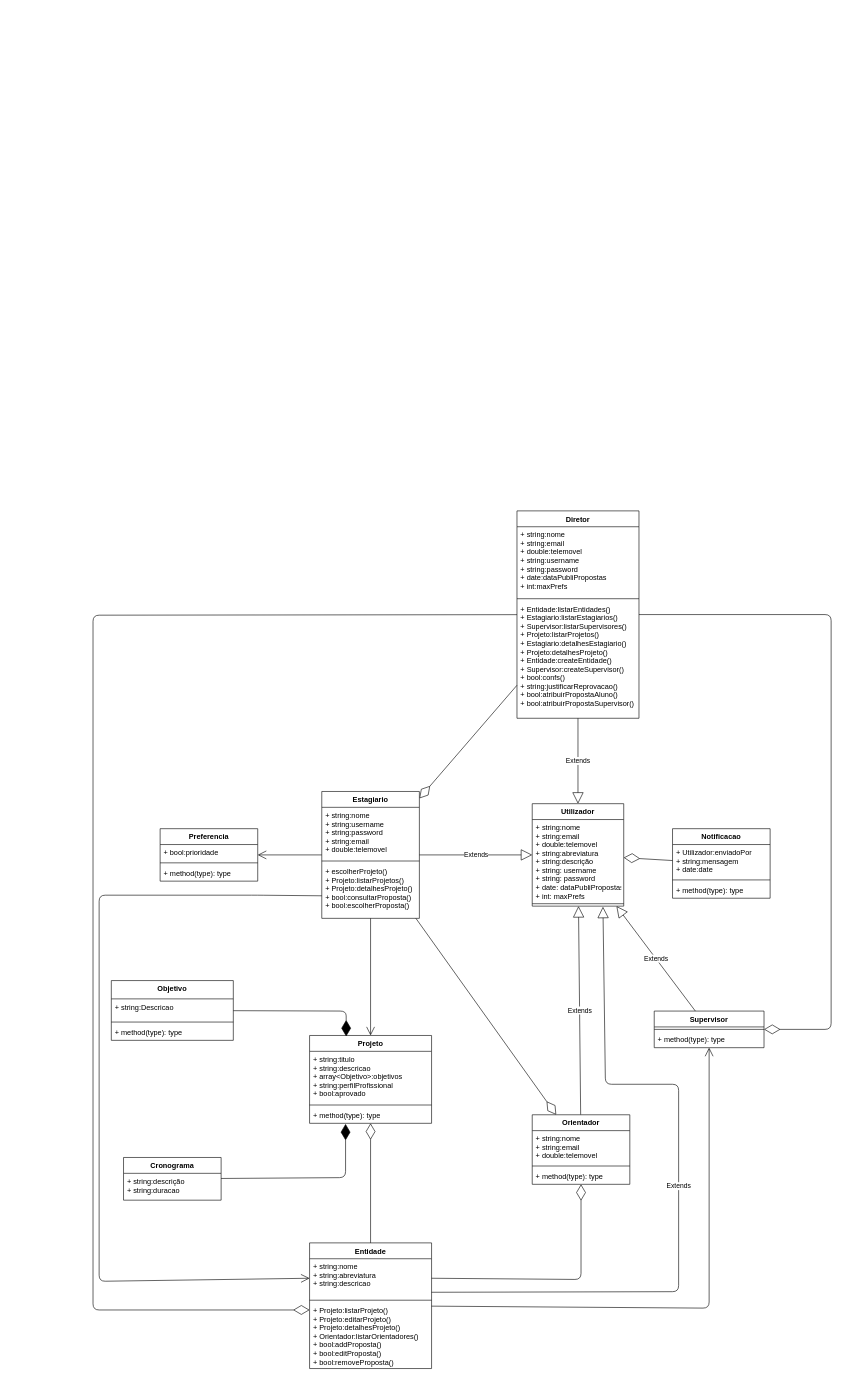
The draw.io diagram diag_classes.drawio in ruimpcastro/phpmockup, before the edit. Source tidied: cells renumbered, new cells numbered last; positions are measured from the earlier drawing's top-left corner, leaving out a move shared by most shapes. Both pictures are drawn from the tidied source at 61%, with x=0, y=0 at pixel (93, 511).
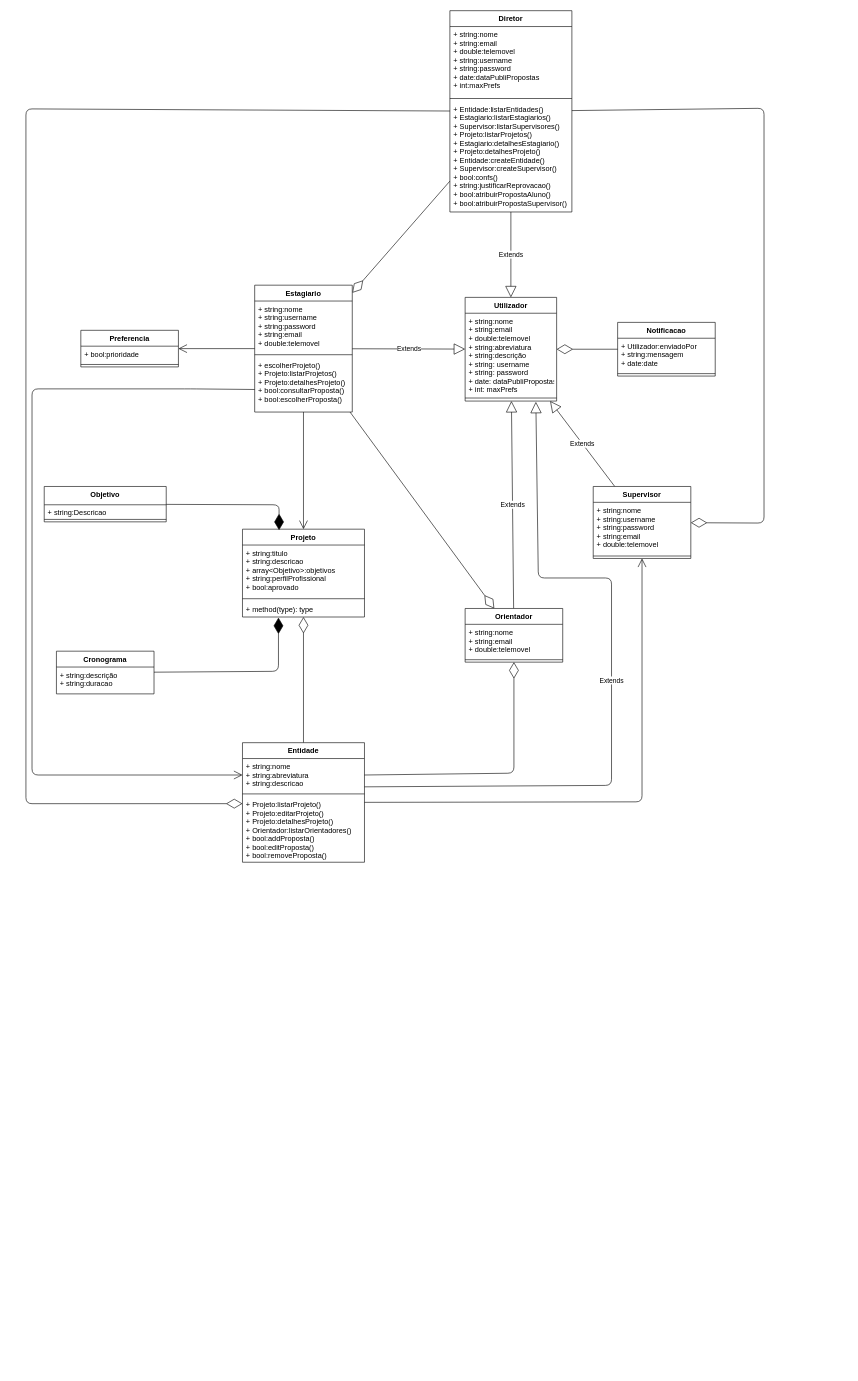
Above is the later version.

The change refers to these unchanged cells:
```xml
<mxCell id="12" value="+ method(type): type" style="text;strokeColor=none;fillColor=none;align=left;verticalAlign=top;spacingLeft=4;spacingRight=4;overflow=hidden;points=[[0,0.5],[1,0.5]];portConstraint=eastwest;" parent="9" vertex="1">
  <mxGeometry y="118" width="200" height="26" as="geometry" />
</mxCell>
<mxCell id="56" value="+ escolherProjeto()&#10;+ Projeto:listarProjetos()&#10;+ Projeto:detalhesProjeto()&#10;+ bool:consultarProposta()&#10;+ bool:escolherProposta()" style="text;strokeColor=none;fillColor=none;align=left;verticalAlign=top;spacingLeft=4;spacingRight=4;overflow=hidden;points=[[0,0.5],[1,0.5]];portConstraint=eastwest;" parent="53" vertex="1">
  <mxGeometry y="118" width="160" height="90" as="geometry" />
</mxCell>
```

The edit, as a diff of the source:
```diff
@@
     <mxCell id="2" value="Utilizador" style="swimlane;fontStyle=1;align=center;verticalAlign=top;horizontal=1;startSize=26;" parent="1" vertex="1">
-      <mxGeometry x="720" y="480" width="150" height="168" as="geometry" />
+      <mxGeometry x="610" y="-350" width="150" height="170" as="geometry" />
     </mxCell>
@@
     <mxCell id="4" style="line;strokeWidth=1;fillColor=none;align=left;verticalAlign=middle;spacingTop=-1;spacingLeft=3;spacingRight=3;labelPosition=right;points=[];portConstraint=eastwest;" parent="2" vertex="1">
-      <mxGeometry y="160" width="150" height="8" as="geometry" />
+      <mxGeometry y="160" width="150" height="10" as="geometry" />
     </mxCell>
     <mxCell id="5" style="endArrow=open;endFill=1;endSize=12;html=1;" parent="1" edge="1" source="49" target="6">
       <mxGeometry relative="1" as="geometry">
         <Array as="points">
-          <mxPoint x="1010" y="1307" />
+          <mxPoint x="900" y="477" />
         </Array>
       </mxGeometry>
     </mxCell>
-    <mxCell id="6" value="Supervisor" style="swimlane;fontStyle=1;align=center;verticalAlign=top;horizontal=1;startSize=26;" parent="1" vertex="1">
-      <mxGeometry x="920" y="820" width="180" height="60" as="geometry" />
-    </mxCell>
-    <mxCell id="7" style="line;strokeWidth=1;fillColor=none;align=left;verticalAlign=middle;spacingTop=-1;spacingLeft=3;spacingRight=3;labelPosition=right;" parent="6" vertex="1">
-      <mxGeometry y="26" width="180" height="8" as="geometry" />
-    </mxCell>
-    <mxCell id="8" value="+ method(type): type" style="text;strokeColor=none;fillColor=none;align=left;verticalAlign=top;spacingLeft=4;spacingRight=4;overflow=hidden;" parent="6" vertex="1">
-      <mxGeometry y="34" width="180" height="26" as="geometry" />
-    </mxCell>
     <mxCell id="9" value="Projeto" style="swimlane;fontStyle=1;align=center;verticalAlign=top;horizontal=1;startSize=26;" parent="1" vertex="1">
-      <mxGeometry x="355" y="860" width="200" height="144" as="geometry" />
+      <mxGeometry x="245" y="30" width="200" height="144" as="geometry" />
     </mxCell>
@@
     <mxCell id="13" value="Objetivo" style="swimlane;fontStyle=1;align=center;verticalAlign=top;horizontal=1;startSize=30;" parent="1" vertex="1">
-      <mxGeometry x="30" y="770" width="200" height="98" as="geometry" />
+      <mxGeometry x="-80" y="-40" width="200" height="58" as="geometry" />
     </mxCell>
     <mxCell id="14" value="+ string:Descricao" style="text;strokeColor=none;fillColor=none;align=left;verticalAlign=top;spacingLeft=4;spacingRight=4;overflow=hidden;" parent="13" vertex="1">
-      <mxGeometry y="30" width="200" height="34" as="geometry" />
+      <mxGeometry y="30" width="200" height="20" as="geometry" />
     </mxCell>
     <mxCell id="15" style="line;strokeWidth=1;fillColor=none;align=left;verticalAlign=middle;spacingTop=-1;spacingLeft=3;spacingRight=3;labelPosition=right;" parent="13" vertex="1">
-      <mxGeometry y="64" width="200" height="8" as="geometry" />
+      <mxGeometry y="50" width="200" height="8" as="geometry" />
     </mxCell>
-    <mxCell id="16" value="+ method(type): type" style="text;strokeColor=none;fillColor=none;align=left;verticalAlign=top;spacingLeft=4;spacingRight=4;overflow=hidden;" parent="13" vertex="1">
-      <mxGeometry y="72" width="200" height="26" as="geometry" />
-    </mxCell>
@@
     <mxCell id="18" value="Cronograma" style="swimlane;fontStyle=1;align=center;verticalAlign=top;horizontal=1;startSize=26;" parent="1" vertex="1">
-      <mxGeometry x="50" y="1060" width="160" height="70" as="geometry" />
+      <mxGeometry x="-60" y="230" width="160" height="70" as="geometry" />
     </mxCell>
@@
     <mxCell id="21" style="endArrow=diamondThin;endFill=1;endSize=24;html=1;entryX=0.295;entryY=1.038;entryDx=0;entryDy=0;entryPerimeter=0;" parent="1" edge="1" source="18" target="12">
       <mxGeometry relative="1" as="geometry">
         <Array as="points">
-          <mxPoint x="414" y="1093" />
+          <mxPoint x="304" y="263" />
         </Array>
       </mxGeometry>
     </mxCell>
     <mxCell id="22" style="endArrow=diamondThin;endFill=1;endSize=24;html=1;entryX=0.3;entryY=0.011;entryDx=0;entryDy=0;entryPerimeter=0;" parent="1" edge="1" source="13" target="9">
       <mxGeometry relative="1" as="geometry">
         <Array as="points">
-          <mxPoint x="415" y="820" />
+          <mxPoint x="305" y="-10" />
         </Array>
       </mxGeometry>
     </mxCell>
     <mxCell id="23" value="Notificacao" style="swimlane;fontStyle=1;align=center;verticalAlign=top;horizontal=1;startSize=26;" parent="1" vertex="1">
-      <mxGeometry x="950" y="521" width="160" height="114" as="geometry" />
+      <mxGeometry x="860" y="-309" width="160" height="88" as="geometry" />
     </mxCell>
@@
-    <mxCell id="26" value="+ method(type): type" style="text;strokeColor=none;fillColor=none;align=left;verticalAlign=top;spacingLeft=4;spacingRight=4;overflow=hidden;" parent="23" vertex="1">
-      <mxGeometry y="88" width="160" height="26" as="geometry" />
-    </mxCell>
@@
     <mxCell id="31" value="Extends" style="endArrow=block;endSize=16;endFill=0;html=1;entryX=0.773;entryY=1.125;entryDx=0;entryDy=0;entryPerimeter=0;exitX=1;exitY=0.859;exitDx=0;exitDy=0;exitPerimeter=0;" parent="1" edge="1" source="50" target="4">
       <mxGeometry relative="1" as="geometry">
         <Array as="points">
-          <mxPoint x="960" y="1280" />
-          <mxPoint x="960" y="940" />
-          <mxPoint x="840" y="940" />
+          <mxPoint x="850" y="450" />
+          <mxPoint x="850" y="110" />
+          <mxPoint x="730" y="110" />
         </Array>
       </mxGeometry>
     </mxCell>
@@
     <mxCell id="33" style="endArrow=diamondThin;endFill=0;endSize=24;html=1;entryX=0;entryY=0.111;entryDx=0;entryDy=0;entryPerimeter=0;" parent="1" edge="1" source="45" target="52">
       <mxGeometry relative="1" as="geometry">
         <Array as="points">
-          <mxPoint y="171" />
-          <mxPoint y="1310" />
+          <mxPoint x="-110" y="-659" />
+          <mxPoint x="-110" y="480" />
         </Array>
       </mxGeometry>
     </mxCell>
@@
     <mxCell id="35" style="endArrow=diamondThin;endFill=0;endSize=24;html=1;" parent="1" edge="1" source="45" target="6">
       <mxGeometry relative="1" as="geometry">
         <Array as="points">
-          <mxPoint x="1210" y="170" />
-          <mxPoint x="1210" y="850" />
+          <mxPoint x="1100" y="-660" />
+          <mxPoint x="1100" y="20" />
         </Array>
       </mxGeometry>
     </mxCell>
@@
     <mxCell id="38" style="endArrow=open;endFill=1;endSize=12;html=1;entryX=0;entryY=0.5;entryDx=0;entryDy=0;exitX=0;exitY=0.589;exitDx=0;exitDy=0;exitPerimeter=0;" parent="1" edge="1" source="56" target="50">
       <mxGeometry relative="1" as="geometry">
         <Array as="points">
-          <mxPoint x="270" y="630" />
-          <mxPoint x="10" y="630" />
-          <mxPoint x="10" y="1263" />
+          <mxPoint x="160" y="-200" />
+          <mxPoint x="-100" y="-200" />
+          <mxPoint x="-100" y="433" />
         </Array>
       </mxGeometry>
     </mxCell>
     <mxCell id="39" value="Preferencia" style="swimlane;fontStyle=1;align=center;verticalAlign=top;horizontal=1;startSize=26;" parent="1" vertex="1">
-      <mxGeometry x="110" y="521" width="160" height="86" as="geometry" />
+      <mxGeometry x="-20" y="-296" width="160" height="60" as="geometry" />
     </mxCell>
@@
-    <mxCell id="42" value="+ method(type): type" style="text;strokeColor=none;fillColor=none;align=left;verticalAlign=top;spacingLeft=4;spacingRight=4;overflow=hidden;" parent="39" vertex="1">
-      <mxGeometry y="60" width="160" height="26" as="geometry" />
-    </mxCell>
@@
     <mxCell id="44" style="endArrow=diamondThin;endFill=0;endSize=24;html=1;exitX=1;exitY=0.5;exitDx=0;exitDy=0;" parent="1" edge="1" source="50" target="57">
       <mxGeometry relative="1" as="geometry">
         <Array as="points">
-          <mxPoint x="800" y="1260" />
+          <mxPoint x="690" y="430" />
         </Array>
       </mxGeometry>
     </mxCell>
     <mxCell id="45" value="Diretor" style="swimlane;fontStyle=1;align=center;verticalAlign=top;horizontal=1;startSize=26;" parent="1" vertex="1">
-      <mxGeometry x="695" width="200" height="340" as="geometry" />
+      <mxGeometry x="585" y="-820" width="200" height="330" as="geometry" />
     </mxCell>
@@
     <mxCell id="48" value="+ Entidade:listarEntidades()&#10;+ Estagiario:listarEstagiarios()&#10;+ Supervisor:listarSupervisores()&#10;+ Projeto:listarProjetos()&#10;+ Estagiario:detalhesEstagiario()&#10;+ Projeto:detalhesProjeto()&#10;+ Entidade:createEntidade()&#10;+ Supervisor:createSupervisor()&#10;+ bool:confs()&#10;+ string:justificarReprovacao()&#10;+ bool:atribuirPropostaAluno()&#10;+ bool:atribuirPropostaSupervisor()&#10;" style="text;strokeColor=none;fillColor=none;align=left;verticalAlign=top;spacingLeft=4;spacingRight=4;overflow=hidden;" parent="45" vertex="1">
-      <mxGeometry y="148" width="200" height="192" as="geometry" />
+      <mxGeometry y="148" width="200" height="182" as="geometry" />
     </mxCell>
     <mxCell id="49" value="Entidade" style="swimlane;fontStyle=1;align=center;verticalAlign=top;horizontal=1;startSize=26;" parent="1" vertex="1">
-      <mxGeometry x="355" y="1200" width="200" height="206" as="geometry" />
+      <mxGeometry x="245" y="380" width="200" height="196" as="geometry" />
     </mxCell>
     <mxCell id="50" value="+ string:nome&#10;+ string:abreviatura&#10;+ string:descricao" style="text;strokeColor=none;fillColor=none;align=left;verticalAlign=top;spacingLeft=4;spacingRight=4;overflow=hidden;points=[[0,0.5],[1,0.5]];portConstraint=eastwest;" parent="49" vertex="1">
-      <mxGeometry y="26" width="200" height="64" as="geometry" />
+      <mxGeometry y="26" width="200" height="54" as="geometry" />
     </mxCell>
     <mxCell id="51" style="line;strokeWidth=1;fillColor=none;align=left;verticalAlign=middle;spacingTop=-1;spacingLeft=3;spacingRight=3;labelPosition=right;" parent="49" vertex="1">
-      <mxGeometry y="90" width="200" height="8" as="geometry" />
+      <mxGeometry y="80" width="200" height="8" as="geometry" />
     </mxCell>
     <mxCell id="52" value="+ Projeto:listarProjeto()&#10;+ Projeto:editarProjeto()&#10;+ Projeto:detalhesProjeto()&#10;+ Orientador:listarOrientadores()&#10;+ bool:addProposta()&#10;+ bool:editProposta()&#10;+ bool:removeProposta()" style="text;strokeColor=none;fillColor=none;align=left;verticalAlign=top;spacingLeft=4;spacingRight=4;overflow=hidden;points=[[0,0.5],[1,0.5]];portConstraint=eastwest;" parent="49" vertex="1">
-      <mxGeometry y="98" width="200" height="108" as="geometry" />
+      <mxGeometry y="88" width="200" height="108" as="geometry" />
     </mxCell>
     <mxCell id="53" value="Estagiario" style="swimlane;fontStyle=1;align=center;verticalAlign=top;horizontal=1;startSize=26;" parent="1" vertex="1">
-      <mxGeometry x="375" y="460" width="160" height="208" as="geometry" />
+      <mxGeometry x="265" y="-370" width="160" height="208" as="geometry" />
     </mxCell>
@@
     <mxCell id="57" value="Orientador" style="swimlane;fontStyle=1;align=center;verticalAlign=top;horizontal=1;startSize=26;" parent="1" vertex="1">
-      <mxGeometry x="720" y="990" width="160" height="114" as="geometry" />
+      <mxGeometry x="610" y="160" width="160" height="88" as="geometry" />
     </mxCell>
@@
-    <mxCell id="60" value="+ method(type): type" style="text;strokeColor=none;fillColor=none;align=left;verticalAlign=top;spacingLeft=4;spacingRight=4;overflow=hidden;" parent="57" vertex="1">
-      <mxGeometry y="88" width="160" height="26" as="geometry" />
-    </mxCell>
+    <mxCell id="6" value="Supervisor" style="swimlane;fontStyle=1;align=center;verticalAlign=top;horizontal=1;startSize=26;" parent="1" vertex="1">
+      <mxGeometry x="820" y="-40" width="160" height="118" as="geometry" />
+    </mxCell>
+    <mxCell id="61" value="+ string:nome&#10;+ string:username&#10;+ string:password&#10;+ string:email&#10;+ double:telemovel" style="text;strokeColor=none;fillColor=none;align=left;verticalAlign=top;spacingLeft=4;spacingRight=4;overflow=hidden;" parent="6" vertex="1">
+      <mxGeometry y="26" width="160" height="84" as="geometry" />
+    </mxCell>
+    <mxCell id="62" style="line;strokeWidth=1;fillColor=none;align=left;verticalAlign=middle;spacingTop=-1;spacingLeft=3;spacingRight=3;labelPosition=right;" parent="6" vertex="1">
+      <mxGeometry y="110" width="160" height="8" as="geometry" />
+    </mxCell>
```
